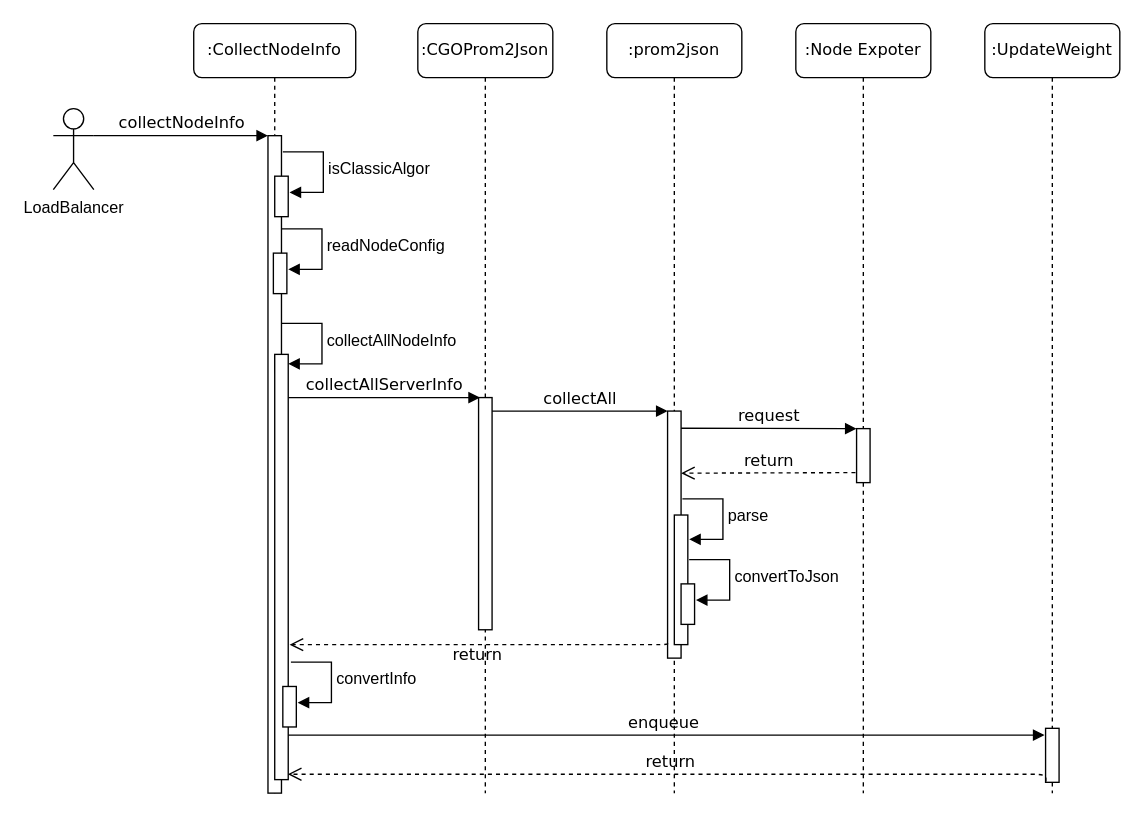
Earlier version of the draw.io diagram 负载均衡模块时序图2.drawio (zhaoning999/notes). Source tidied: cells renumbered, new cells numbered last; positions are measured from the earlier drawing's top-left corner, leaving out a move shared by most shapes. Both pictures are drawn from the tidied source at 135%, with x=0, y=0 at pixel (53, 23).
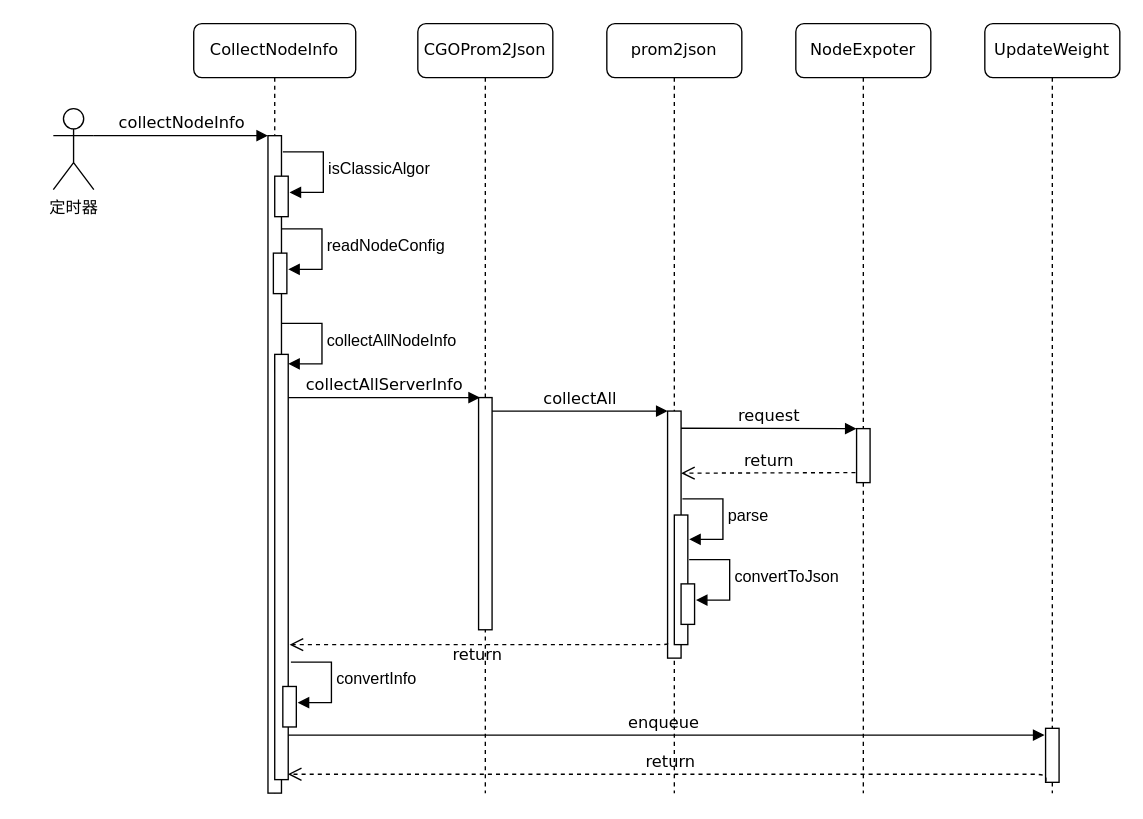
Above is the later version.

Commit message:
更新负载均衡模块时序图2.drawio

What changed in the source:
```diff
@@
-    <mxCell id="2" value=":CollectNodeInfo" style="shape=umlLifeline;perimeter=lifelinePerimeter;whiteSpace=wrap;html=1;rounded=1;shadow=0;comic=0;labelBackgroundColor=none;strokeWidth=1;fontFamily=Verdana;fontSize=12;align=center;" parent="1" vertex="1">
+    <mxCell id="2" value="CollectNodeInfo" style="shape=umlLifeline;perimeter=lifelinePerimeter;whiteSpace=wrap;html=1;rounded=1;shadow=0;comic=0;labelBackgroundColor=none;strokeWidth=1;fontFamily=Verdana;fontSize=12;align=center;" parent="1" vertex="1">
       <mxGeometry x="104" width="120" height="570" as="geometry" />
     </mxCell>
@@
-    <mxCell id="4" value=":CGOProm2Json" style="shape=umlLifeline;perimeter=lifelinePerimeter;whiteSpace=wrap;html=1;rounded=1;shadow=0;comic=0;labelBackgroundColor=none;strokeWidth=1;fontFamily=Verdana;fontSize=12;align=center;" parent="1" vertex="1">
+    <mxCell id="4" value="CGOProm2Json" style="shape=umlLifeline;perimeter=lifelinePerimeter;whiteSpace=wrap;html=1;rounded=1;shadow=0;comic=0;labelBackgroundColor=none;strokeWidth=1;fontFamily=Verdana;fontSize=12;align=center;" parent="1" vertex="1">
       <mxGeometry x="270" width="100" height="570" as="geometry" />
     </mxCell>
@@
-    <mxCell id="6" value=":prom2json" style="shape=umlLifeline;perimeter=lifelinePerimeter;whiteSpace=wrap;html=1;rounded=1;shadow=0;comic=0;labelBackgroundColor=none;strokeWidth=1;fontFamily=Verdana;fontSize=12;align=center;" parent="1" vertex="1">
+    <mxCell id="6" value="prom2json" style="shape=umlLifeline;perimeter=lifelinePerimeter;whiteSpace=wrap;html=1;rounded=1;shadow=0;comic=0;labelBackgroundColor=none;strokeWidth=1;fontFamily=Verdana;fontSize=12;align=center;" parent="1" vertex="1">
       <mxGeometry x="410" width="100" height="570" as="geometry" />
     </mxCell>
@@
-    <mxCell id="9" value=":Node Expoter" style="shape=umlLifeline;perimeter=lifelinePerimeter;whiteSpace=wrap;html=1;rounded=1;shadow=0;comic=0;labelBackgroundColor=none;strokeWidth=1;fontFamily=Verdana;fontSize=12;align=center;" parent="1" vertex="1">
+    <mxCell id="9" value="NodeExpoter" style="shape=umlLifeline;perimeter=lifelinePerimeter;whiteSpace=wrap;html=1;rounded=1;shadow=0;comic=0;labelBackgroundColor=none;strokeWidth=1;fontFamily=Verdana;fontSize=12;align=center;" parent="1" vertex="1">
       <mxGeometry x="550" width="100" height="570" as="geometry" />
     </mxCell>
@@
-    <mxCell id="16" value="LoadBalancer" style="shape=umlActor;verticalLabelPosition=bottom;verticalAlign=top;html=1;outlineConnect=0;fontSize=12;" parent="1" vertex="1">
+    <mxCell id="16" value="定时器" style="shape=umlActor;verticalLabelPosition=bottom;verticalAlign=top;html=1;outlineConnect=0;fontSize=12;" parent="1" vertex="1">
       <mxGeometry y="63" width="30" height="60" as="geometry" />
     </mxCell>
@@
-    <mxCell id="18" value=":UpdateWeight" style="shape=umlLifeline;perimeter=lifelinePerimeter;whiteSpace=wrap;html=1;rounded=1;shadow=0;comic=0;labelBackgroundColor=none;strokeWidth=1;fontFamily=Verdana;fontSize=12;align=center;" parent="1" vertex="1">
+    <mxCell id="18" value="UpdateWeight" style="shape=umlLifeline;perimeter=lifelinePerimeter;whiteSpace=wrap;html=1;rounded=1;shadow=0;comic=0;labelBackgroundColor=none;strokeWidth=1;fontFamily=Verdana;fontSize=12;align=center;" parent="1" vertex="1">
       <mxGeometry x="690" width="100" height="570" as="geometry" />
     </mxCell>
```
